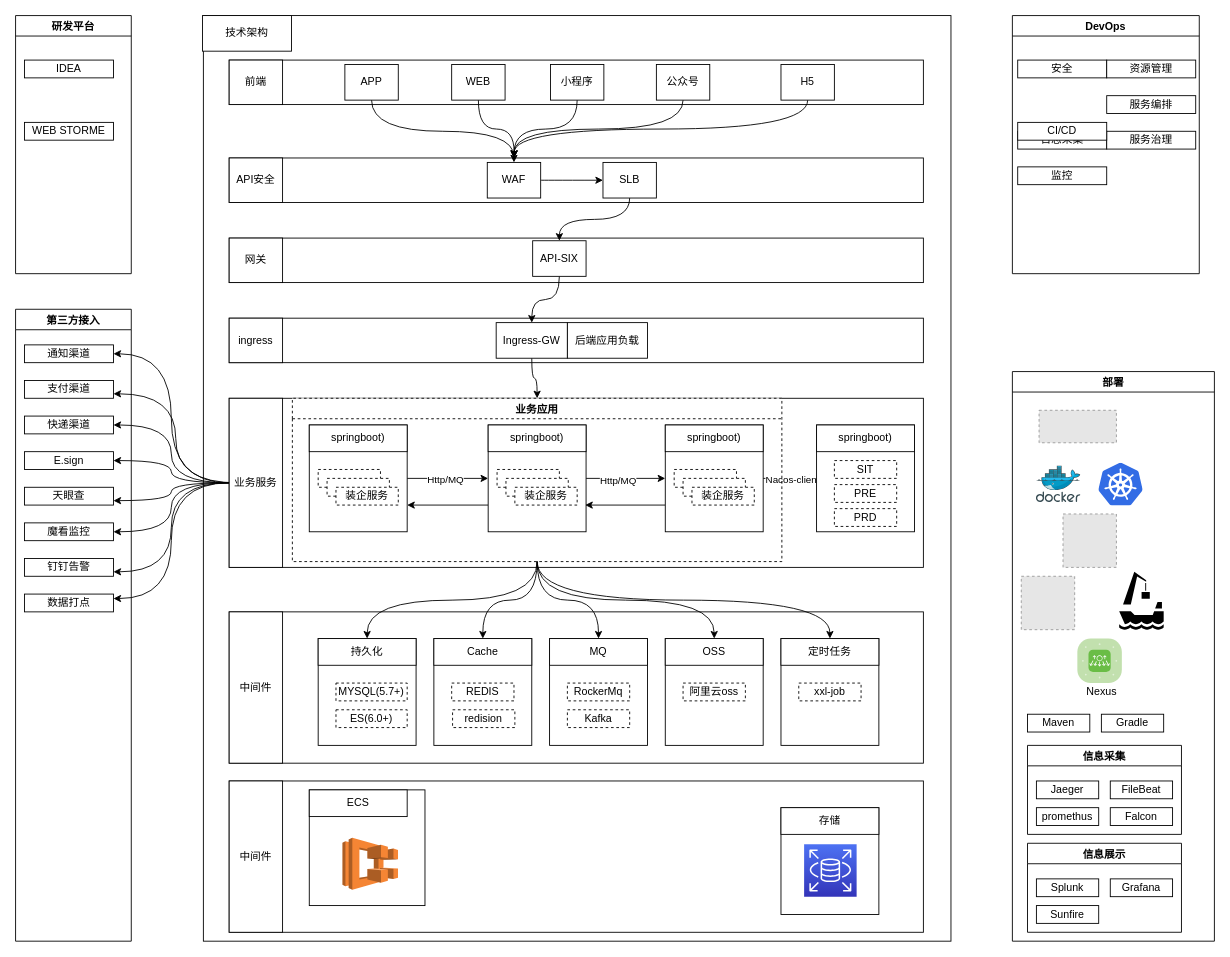
Earlier version of the draw.io diagram Untitled Diagram.drawio (Msimplehub/abbysun). Source tidied: cells renumbered, new cells numbered last; positions are measured from the earlier drawing's top-left corner, leaving out a move shared by most shapes. Both pictures are drawn from the tidied source at 89%, with x=0, y=0 at pixel (15, 15). Pictures stored in the file or linked from it are replaced by grey dashed boxes.
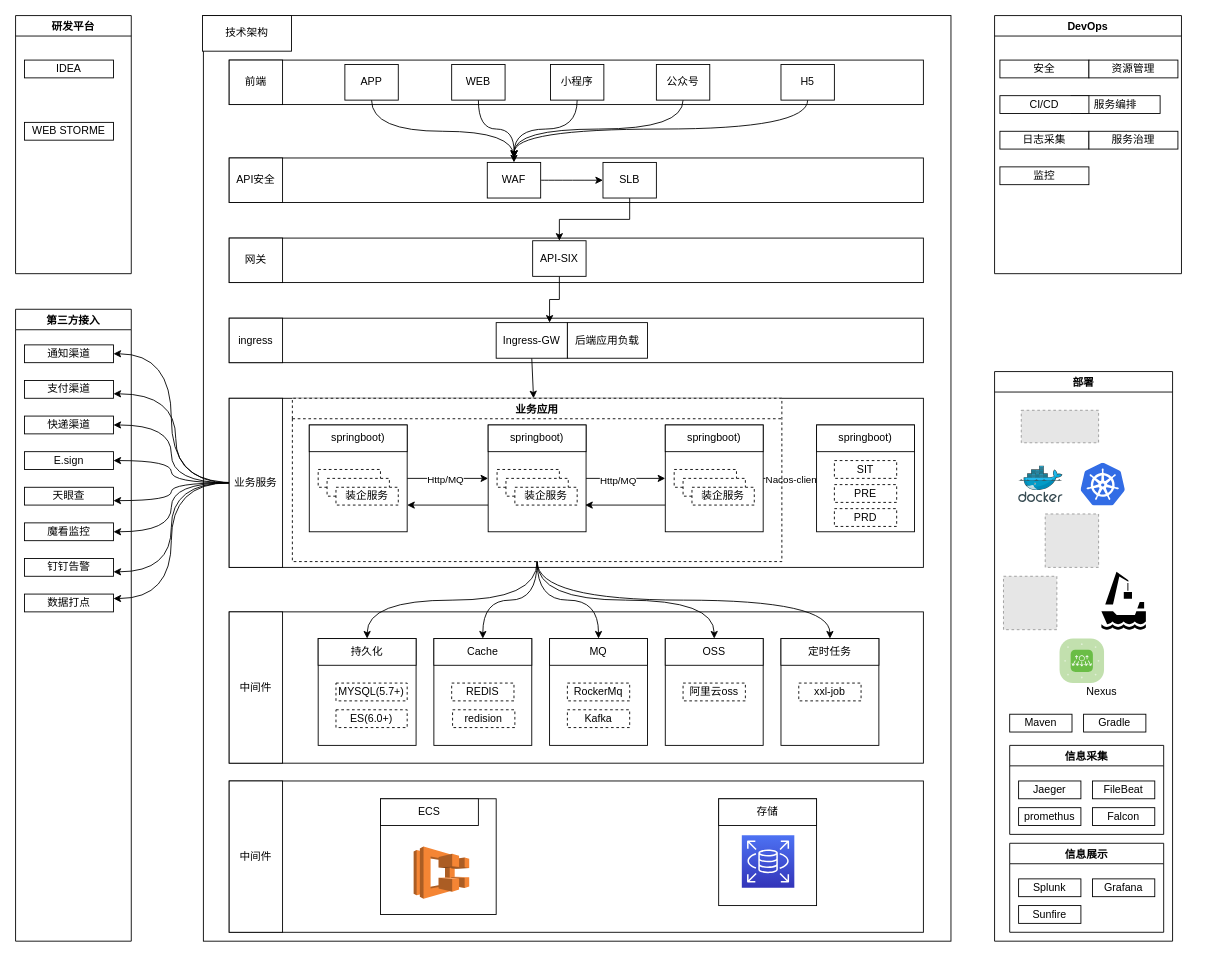
The same diagram, later.

The change refers to these unchanged cells:
```xml
<mxCell id="38" value="SLB" style="rounded=0;whiteSpace=wrap;html=1;" parent="1" vertex="1">
  <mxGeometry x="660" y="165" width="60" height="40" as="geometry" />
</mxCell>
<mxCell id="40" value="API-SIX" style="rounded=0;whiteSpace=wrap;html=1;" parent="1" vertex="1">
  <mxGeometry x="581" y="253" width="60" height="40" as="geometry" />
</mxCell>
<mxCell id="42" value="Ingress-GW" style="rounded=0;whiteSpace=wrap;html=1;" parent="1" vertex="1">
  <mxGeometry x="540" y="345" width="80" height="40" as="geometry" />
</mxCell>
<mxCell id="77" value="业务应用" style="swimlane;dashed=1;" parent="1" vertex="1">
  <mxGeometry x="311" y="430" width="550" height="183.5" as="geometry" />
</mxCell>
```

Change to the diagram source:
```diff
@@
-    <mxCell id="37" style="edgeStyle=orthogonalEdgeStyle;curved=1;rounded=0;jettySize=auto;html=1;exitX=0.5;exitY=1;exitDx=0;exitDy=0;entryX=0.5;entryY=0;entryDx=0;entryDy=0;" parent="1" edge="1" source="38" target="40">
+    <mxCell id="37" style="edgeStyle=orthogonalEdgeStyle;rounded=0;jettySize=auto;html=1;exitX=0.5;exitY=1;exitDx=0;exitDy=0;entryX=0.5;entryY=0;entryDx=0;entryDy=0;" parent="1" edge="1" source="38" target="40">
       <mxGeometry relative="1" as="geometry" />
     </mxCell>
@@
-    <mxCell id="39" style="edgeStyle=orthogonalEdgeStyle;curved=1;rounded=0;jettySize=auto;html=1;exitX=0.5;exitY=1;exitDx=0;exitDy=0;" parent="1" edge="1" source="40" target="42">
+    <mxCell id="39" style="rounded=0;jettySize=auto;html=1;exitX=0.5;exitY=1;exitDx=0;exitDy=0;entryX=0.75;entryY=0;entryDx=0;entryDy=0;edgeStyle=orthogonalEdgeStyle;" parent="1" edge="1" source="40" target="42">
       <mxGeometry relative="1" as="geometry" />
     </mxCell>
@@
-    <mxCell id="41" style="edgeStyle=orthogonalEdgeStyle;curved=1;rounded=0;jettySize=auto;html=1;exitX=0.5;exitY=1;exitDx=0;exitDy=0;" parent="1" edge="1" source="42" target="77">
+    <mxCell id="41" style="rounded=0;jettySize=auto;html=1;exitX=0.5;exitY=1;exitDx=0;exitDy=0;" parent="1" edge="1" source="42" target="77">
       <mxGeometry relative="1" as="geometry" />
     </mxCell>
@@
     <mxCell id="96" style="rounded=0;whiteSpace=wrap;html=1;" parent="1" vertex="1">
-      <mxGeometry x="330" y="870" width="130" height="130" as="geometry" />
+      <mxGeometry x="410" y="880" width="130" height="130" as="geometry" />
     </mxCell>
@@
     <mxCell id="98" value="ECS" style="rounded=0;whiteSpace=wrap;html=1;" parent="1" vertex="1">
-      <mxGeometry x="330" y="870" width="110" height="30" as="geometry" />
+      <mxGeometry x="410" y="880" width="110" height="30" as="geometry" />
     </mxCell>
     <mxCell id="99" style="rounded=0;whiteSpace=wrap;html=1;" parent="1" vertex="1">
-      <mxGeometry x="860" y="890" width="110" height="120" as="geometry" />
+      <mxGeometry x="790" y="880" width="110" height="120" as="geometry" />
     </mxCell>
@@
     <mxCell id="101" value="存储" style="rounded=0;whiteSpace=wrap;html=1;" parent="1" vertex="1">
-      <mxGeometry x="860" y="890" width="110" height="30" as="geometry" />
+      <mxGeometry x="790" y="880" width="110" height="30" as="geometry" />
     </mxCell>
@@
     <mxCell id="114" value="DevOps" style="swimlane;" parent="1" vertex="1">
-      <mxGeometry x="1120" width="210" height="290" as="geometry" />
+      <mxGeometry x="1100" width="210" height="290" as="geometry" />
     </mxCell>
@@
     <mxCell id="119" value="服务编排" style="rounded=0;whiteSpace=wrap;html=1;" parent="114" vertex="1">
-      <mxGeometry x="106" y="90" width="100" height="20" as="geometry" />
+      <mxGeometry x="86" y="90" width="100" height="20" as="geometry" />
     </mxCell>
@@
     <mxCell id="121" value="CI/CD" style="rounded=0;whiteSpace=wrap;html=1;" parent="1" vertex="1">
-      <mxGeometry x="1126" y="120" width="100" height="20" as="geometry" />
+      <mxGeometry x="1106" y="90" width="100" height="20" as="geometry" />
     </mxCell>
     <mxCell id="122" value="部署" style="swimlane;" parent="1" vertex="1">
-      <mxGeometry x="1120" y="400" width="227" height="640" as="geometry" />
+      <mxGeometry x="1100" y="400" width="200" height="640" as="geometry" />
     </mxCell>
@@
     <mxCell id="136" value="promethus" style="rounded=0;whiteSpace=wrap;html=1;" parent="1" vertex="1">
-      <mxGeometry x="1147" y="890" width="70" height="20" as="geometry" />
+      <mxGeometry x="1127" y="890" width="70" height="20" as="geometry" />
     </mxCell>
     <mxCell id="137" value="Falcon" style="rounded=0;whiteSpace=wrap;html=1;" parent="1" vertex="1">
-      <mxGeometry x="1230" y="890" width="70" height="20" as="geometry" />
+      <mxGeometry x="1210" y="890" width="70" height="20" as="geometry" />
     </mxCell>
     <mxCell id="138" value="信息展示" style="swimlane;" parent="1" vertex="1">
-      <mxGeometry x="1137" y="930" width="173" height="100" as="geometry" />
+      <mxGeometry x="1117" y="930" width="173" height="100" as="geometry" />
     </mxCell>
@@
     <mxCell id="141" value="Sunfire" style="rounded=0;whiteSpace=wrap;html=1;" parent="1" vertex="1">
-      <mxGeometry x="1147" y="1000" width="70" height="20" as="geometry" />
+      <mxGeometry x="1127" y="1000" width="70" height="20" as="geometry" />
     </mxCell>
```
